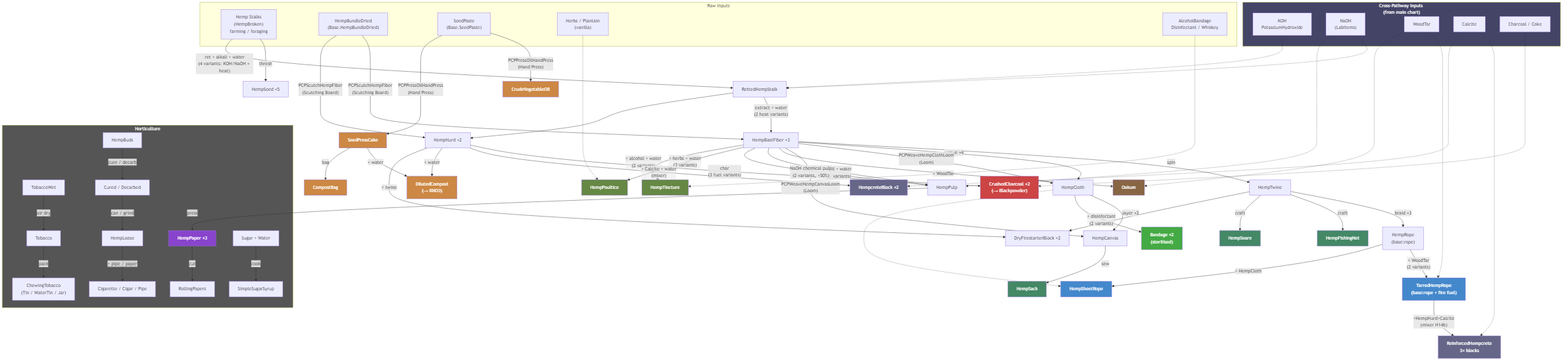
The Mermaid diagram docs/images/botanical-pathways.png in phobos-dthorga/mod-pz-chemistry-pathways, before a commit. Its source is kept beside it as docs/mermaid-src/botanical-pathways.mmd.
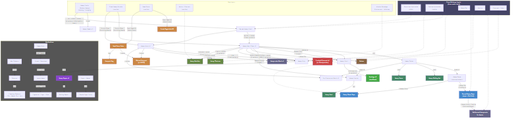
Above is the later version.

The edit, as a diff of the source:
```diff
@@ -1,83 +1,83 @@
 graph TB
     subgraph IN["Raw Inputs"]
-        HEMP["Hemp Stalks<br/>(HempBroken)<br/>farming / foraging"]
-        HEMPDRIED["HempBundleDried<br/>(Base.HempBundleDried)"]
-        SEEDPASTE["SeedPaste<br/>(Base.SeedPaste)"]
+        HEMP["Hemp Stalks<br/>(Broken Hemp)<br/>farming / foraging"]
+        HEMPDRIED["Dried Hemp Bundle<br/>(vanilla)"]
+        SEEDPASTE["Seed Paste<br/>(vanilla)"]
         HERBS["Herbs / Plantain<br/>(vanilla)"]
-        ALCOHOL["AlcoholBandage<br/>Disinfectant / Whiskey"]
+        ALCOHOL["Alcohol Bandage<br/>Disinfectant / Whiskey"]
     end
 
     subgraph XREF["Cross-Pathway Inputs (from main chart)"]
-        KOH["KOH<br/>PotassiumHydroxide"]
-        NAOH["NaOH<br/>(LabItems)"]
-        WOODTAR["WoodTar"]
+        KOH["Potassium Hydroxide<br/>(KOH)"]
+        NAOH["Sodium Hydroxide<br/>(NaOH)"]
+        WOODTAR["Wood Tar"]
         CALCITE["Calcite"]
         CHARCOAL["Charcoal / Coke"]
     end
 
-    HEMP -->|"thresh"| SEEDS["HempSeed ×5"]
-    HEMP -->|"ret + alkali + water<br/>(4 variants: KOH/NaOH × heat)"| RETTED["RettedHempStalk"]
+    HEMP -->|"thresh"| SEEDS["Hemp Seeds ×5"]
+    HEMP -->|"ret + alkali + water<br/>(4 variants: KOH/NaOH × heat)"| RETTED["Retted Hemp Stalk"]
     KOH -.-> RETTED
     NAOH -.-> RETTED
-    RETTED -->|"extract + water<br/>(2 heat variants)"| BAST["HempBastFiber ×3"]
-    RETTED --> HURD["HempHurd ×2"]
+    RETTED -->|"extract + water<br/>(2 heat variants)"| BAST["Hemp Bast Fiber ×3"]
+    RETTED --> HURD["Hemp Hurd ×2"]
 
-    HEMPDRIED -->|"PCPScutchHempFiber<br/>(Scutching Board)"| BAST
-    HEMPDRIED -->|"PCPScutchHempFiber<br/>(Scutching Board)"| HURD
+    HEMPDRIED -->|"Scutch Fiber<br/>(Scutching Board)"| BAST
+    HEMPDRIED -->|"Scutch Fiber<br/>(Scutching Board)"| HURD
 
-    SEEDPASTE -->|"PCPPressOilHandPress<br/>(Hand Press)"| CRUDEOIL["CrudeVegetableOil"]
-    SEEDPASTE -->|"PCPPressOilHandPress<br/>(Hand Press)"| PRESSCAKE["SeedPressCake"]
+    SEEDPASTE -->|"Press Seed Oil<br/>(Hand Press)"| CRUDEOIL["Crude Vegetable Oil"]
+    SEEDPASTE -->|"Press Seed Oil<br/>(Hand Press)"| PRESSCAKE["Seed Press Cake"]
 
-    BAST -->|"spin"| TWINE["HempTwine"]
-    TWINE -->|"braid ×3"| ROPE["HempRope<br/>(base:rope)"]
-    ROPE -->|"+ WoodTar<br/>(2 variants)"| TARRED["TarredHempRope<br/>(base:rope + fire fuel)"]
+    BAST -->|"spin"| TWINE["Hemp Twine"]
+    TWINE -->|"braid ×3"| ROPE["Hemp Rope<br/>(rope equivalent)"]
+    ROPE -->|"+ Wood Tar<br/>(2 variants)"| TARRED["Tarred Hemp Rope<br/>(rope + fire fuel)"]
     WOODTAR -.-> TARRED
-    TARRED -->|"+HempHurd+Calcite<br/>(mixer H14b)"| REINFORCED["ReinforcedHempcrete<br/>3× blocks"]
+    TARRED -->|"+ Hemp Hurd + Calcite<br/>(Concrete Mixer)"| REINFORCED["Reinforced Hempcrete<br/>3× blocks"]
     CALCITE -.-> REINFORCED
 
-    BAST -->|"weave ×4"| CLOTH["HempCloth"]
-    BAST -->|"PCPWeaveHempClothLoom<br/>(Loom)"| CLOTH
-    BAST -->|"PCPWeaveHempCanvasLoom<br/>(Loom)"| CANVAS["HempCanvas"]
+    BAST -->|"weave ×4"| CLOTH["Hemp Cloth"]
+    BAST -->|"Weave Cloth<br/>(Loom)"| CLOTH
+    BAST -->|"Weave Canvas<br/>(Loom)"| CANVAS["Hemp Canvas"]
     CLOTH -->|"layer ×2"| CANVAS
     CLOTH -->|"+ disinfectant<br/>(2 variants)"| BANDAGE["Bandage ×2<br/>(sterilised)"]
 
-    TWINE -->|"craft"| FISHNET["HempFishingNet"]
-    TWINE -->|"craft"| SNARE["HempSnare"]
-    ROPE -->|"+ HempCloth"| SHEETROPE["HempSheetRope"]
+    TWINE -->|"craft"| FISHNET["Hemp Fishing Net"]
+    TWINE -->|"craft"| SNARE["Hemp Snare"]
+    ROPE -->|"+ Hemp Cloth"| SHEETROPE["Hemp Sheet Rope"]
     CLOTH -.-> SHEETROPE
-    CANVAS -->|"sew"| SACK["HempSack"]
-    BAST -->|"+ WoodTar"| OAKUM["Oakum"]
+    CANVAS -->|"sew"| SACK["Hemp Sack"]
+    BAST -->|"+ Wood Tar"| OAKUM["Oakum"]
     WOODTAR -.-> OAKUM
 
-    BAST -->|"boil + water<br/>(2 variants)"| PULP["HempPulp"]
+    BAST -->|"boil + water<br/>(2 variants)"| PULP["Hemp Pulp"]
     BAST -->|"NaOH chemical pulp<br/>(2 variants, +50%)"| PULP
     NAOH -.-> PULP
-    PULP -->|"press"| PAPER["HempPaper ×3"]
+    PULP -->|"press"| PAPER["Hemp Paper ×3"]
 
-    BAST -->|"+ herbs + water<br/>(2 variants)"| POULTICE["HempPoultice"]
+    BAST -->|"+ herbs + water<br/>(2 variants)"| POULTICE["Hemp Poultice"]
     HERBS -.-> POULTICE
-    BAST -->|"+ alcohol + water<br/>(2 variants)"| TINCTURE["HempTincture"]
+    BAST -->|"+ alcohol + water<br/>(2 variants)"| TINCTURE["Hemp Tincture"]
     ALCOHOL -.-> TINCTURE
 
-    HURD -->|"char<br/>(3 fuel variants)"| CHARCOAL_OUT["CrushedCharcoal ×2<br/>(→ Blackpowder)"]
+    HURD -->|"char<br/>(3 fuel variants)"| CHARCOAL_OUT["Crushed Charcoal ×2<br/>(→ Blackpowder)"]
     CHARCOAL -.-> CHARCOAL_OUT
-    HURD -->|"+ Calcite + water<br/>(mixer)"| HEMPCRETE["HempcreteBlock ×2"]
+    HURD -->|"+ Calcite + water<br/>(mixer)"| HEMPCRETE["Hempcrete Block ×2"]
     CALCITE -.-> HEMPCRETE
-    HURD -->|"+ water"| COMPOST["DilutedCompost<br/>(→ KNO3)"]
-    HURD -->|"+ twine"| FIRE["DryFirestarterBlock ×2"]
+    HURD -->|"+ water"| COMPOST["Diluted Compost<br/>(→ KNO3)"]
+    HURD -->|"+ twine"| FIRE["Dry Firestarter Block ×2"]
     TWINE --> FIRE
 
     PRESSCAKE -->|"+ water"| COMPOST
-    PRESSCAKE -->|"bag"| COMPOSTBAG["CompostBag"]
+    PRESSCAKE -->|"bag"| COMPOSTBAG["Compost Bag"]
 
     subgraph HORT["Horticulture"]
-        TOB_WET["TobaccoWet"] -->|"air dry"| TOB_DRY["Tobacco"]
-        TOB_DRY -->|"pack"| CHEW["ChewingTobacco<br/>(Tin / WaterTin / Jar)"]
-        BUDS["HempBuds"] -->|"cure / decarb"| BUDS_PROC["Cured / Decarbed"]
-        BUDS_PROC -->|"can / grind"| LOOSE["HempLoose"]
-        PAPER -->|"cut"| ROLLING["RollingPapers"]
+        TOB_WET["Wet Tobacco"] -->|"air dry"| TOB_DRY["Tobacco"]
+        TOB_DRY -->|"pack"| CHEW["Chewing Tobacco<br/>(Tin / Water Tin / Jar)"]
+        BUDS["Hemp Buds"] -->|"cure / decarb"| BUDS_PROC["Cured / Decarbed"]
+        BUDS_PROC -->|"can / grind"| LOOSE["Loose Hemp"]
+        PAPER -->|"cut"| ROLLING["Rolling Papers"]
         LOOSE -->|"+ pipe / paper"| SMOKE["Cigarette / Cigar / Pipe"]
-        SYRUP_IN["Sugar + Water"] -->|"cook"| SYRUP["SimpleSugarSyrup"]
+        SYRUP_IN["Sugar + Water"] -->|"cook"| SYRUP["Simple Sugar Syrup"]
     end
 
     style CHARCOAL_OUT fill:#c44,color:#fff
```
